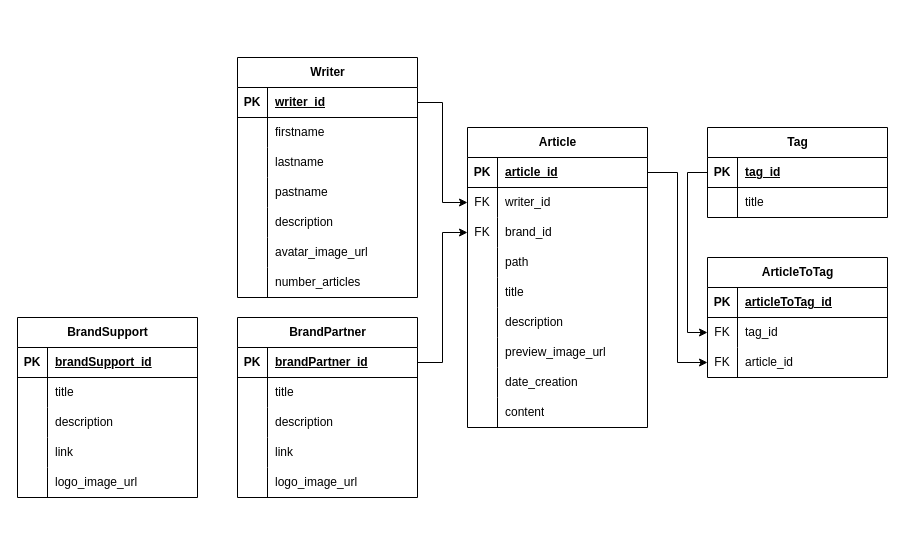
Before: docs/sheme/sheme.drawio in dmakger/svk-django-api, a draw.io diagram. Source tidied: cells renumbered, new cells numbered last; positions are measured from the earlier drawing's top-left corner, leaving out a move shared by most shapes. Both pictures are drawn from the tidied source at 100%, with x=0, y=0 at pixel (17, 57).
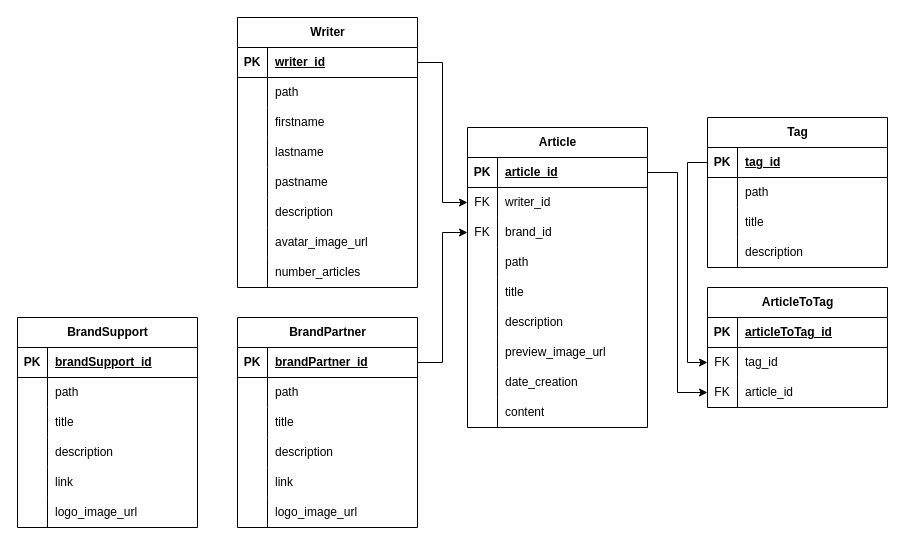
The same page after the edit.

What changed in the source:
```diff
@@
     <mxCell id="2" value="BrandSupport&lt;br&gt;" style="shape=table;startSize=30;childLayout=tableLayout;rowLines=0;fontStyle=1;align=center;html=1;" parent="1" vertex="1">
-      <mxGeometry y="260" width="180" height="180" as="geometry" />
+      <mxGeometry y="260" width="180" height="210" as="geometry" />
     </mxCell>
@@
+    <mxCell id="105" style="shape=tableRow;horizontal=0;startSize=0;swimlaneHead=0;swimlaneBody=0;fillColor=none;top=0;left=0;right=0;bottom=0;" parent="2" vertex="1">
+      <mxGeometry y="60" width="180" height="30" as="geometry" />
+    </mxCell>
+    <mxCell id="106" style="shape=partialRectangle;fillColor=none;top=0;left=0;bottom=0;right=0;overflow=hidden;whiteSpace=wrap;html=1;" parent="105" vertex="1">
+      <mxGeometry width="30" height="30" as="geometry" />
+    </mxCell>
+    <mxCell id="107" value="path" style="shape=partialRectangle;fillColor=none;top=0;left=0;bottom=0;right=0;align=left;spacingLeft=6;overflow=hidden;whiteSpace=wrap;html=1;" parent="105" vertex="1">
+      <mxGeometry x="30" width="150" height="30" as="geometry" />
+    </mxCell>
     <mxCell id="6" style="shape=tableRow;horizontal=0;startSize=0;swimlaneHead=0;swimlaneBody=0;fillColor=none;top=0;left=0;right=0;bottom=0;" parent="2" vertex="1">
-      <mxGeometry y="60" width="180" height="30" as="geometry" />
+      <mxGeometry y="90" width="180" height="30" as="geometry" />
     </mxCell>
@@
     <mxCell id="9" style="shape=tableRow;horizontal=0;startSize=0;swimlaneHead=0;swimlaneBody=0;fillColor=none;top=0;left=0;right=0;bottom=0;" parent="2" vertex="1">
-      <mxGeometry y="90" width="180" height="30" as="geometry" />
+      <mxGeometry y="120" width="180" height="30" as="geometry" />
     </mxCell>
@@
     <mxCell id="12" style="shape=tableRow;horizontal=0;startSize=0;swimlaneHead=0;swimlaneBody=0;fillColor=none;top=0;left=0;right=0;bottom=0;" parent="2" vertex="1">
-      <mxGeometry y="120" width="180" height="30" as="geometry" />
+      <mxGeometry y="150" width="180" height="30" as="geometry" />
     </mxCell>
@@
     <mxCell id="15" style="shape=tableRow;horizontal=0;startSize=0;swimlaneHead=0;swimlaneBody=0;fillColor=none;top=0;left=0;right=0;bottom=0;" parent="2" vertex="1">
-      <mxGeometry y="150" width="180" height="30" as="geometry" />
+      <mxGeometry y="180" width="180" height="30" as="geometry" />
     </mxCell>
@@
     <mxCell id="18" value="BrandPartner" style="shape=table;startSize=30;childLayout=tableLayout;rowLines=0;fontStyle=1;align=center;html=1;" parent="1" vertex="1">
-      <mxGeometry x="220" y="260" width="180" height="180" as="geometry" />
+      <mxGeometry x="220" y="260" width="180" height="210" as="geometry" />
     </mxCell>
@@
+    <mxCell id="108" style="shape=tableRow;horizontal=0;startSize=0;swimlaneHead=0;swimlaneBody=0;fillColor=none;top=0;left=0;right=0;bottom=0;" parent="18" vertex="1">
+      <mxGeometry y="60" width="180" height="30" as="geometry" />
+    </mxCell>
+    <mxCell id="109" style="shape=partialRectangle;fillColor=none;top=0;left=0;bottom=0;right=0;overflow=hidden;whiteSpace=wrap;html=1;" parent="108" vertex="1">
+      <mxGeometry width="30" height="30" as="geometry" />
+    </mxCell>
+    <mxCell id="110" value="path" style="shape=partialRectangle;fillColor=none;top=0;left=0;bottom=0;right=0;align=left;spacingLeft=6;overflow=hidden;whiteSpace=wrap;html=1;" parent="108" vertex="1">
+      <mxGeometry x="30" width="150" height="30" as="geometry" />
+    </mxCell>
     <mxCell id="22" style="shape=tableRow;horizontal=0;startSize=0;swimlaneHead=0;swimlaneBody=0;fillColor=none;top=0;left=0;right=0;bottom=0;" parent="18" vertex="1">
-      <mxGeometry y="60" width="180" height="30" as="geometry" />
+      <mxGeometry y="90" width="180" height="30" as="geometry" />
     </mxCell>
@@
     <mxCell id="25" style="shape=tableRow;horizontal=0;startSize=0;swimlaneHead=0;swimlaneBody=0;fillColor=none;top=0;left=0;right=0;bottom=0;" parent="18" vertex="1">
-      <mxGeometry y="90" width="180" height="30" as="geometry" />
+      <mxGeometry y="120" width="180" height="30" as="geometry" />
     </mxCell>
@@
     <mxCell id="28" style="shape=tableRow;horizontal=0;startSize=0;swimlaneHead=0;swimlaneBody=0;fillColor=none;top=0;left=0;right=0;bottom=0;" parent="18" vertex="1">
-      <mxGeometry y="120" width="180" height="30" as="geometry" />
+      <mxGeometry y="150" width="180" height="30" as="geometry" />
     </mxCell>
@@
     <mxCell id="31" style="shape=tableRow;horizontal=0;startSize=0;swimlaneHead=0;swimlaneBody=0;fillColor=none;top=0;left=0;right=0;bottom=0;" parent="18" vertex="1">
-      <mxGeometry y="150" width="180" height="30" as="geometry" />
+      <mxGeometry y="180" width="180" height="30" as="geometry" />
     </mxCell>
@@
     <mxCell id="62" value="Writer" style="shape=table;startSize=30;childLayout=tableLayout;rowLines=0;fontStyle=1;align=center;html=1;" parent="1" vertex="1">
-      <mxGeometry x="220" width="180" height="240" as="geometry" />
+      <mxGeometry x="220" y="-40" width="180" height="270" as="geometry" />
     </mxCell>
@@
+    <mxCell id="111" style="shape=tableRow;horizontal=0;startSize=0;swimlaneHead=0;swimlaneBody=0;fillColor=none;top=0;left=0;right=0;bottom=0;" parent="62" vertex="1">
+      <mxGeometry y="60" width="180" height="30" as="geometry" />
+    </mxCell>
+    <mxCell id="112" style="shape=partialRectangle;fillColor=none;top=0;left=0;bottom=0;right=0;overflow=hidden;whiteSpace=wrap;html=1;" parent="111" vertex="1">
+      <mxGeometry width="30" height="30" as="geometry" />
+    </mxCell>
+    <mxCell id="113" value="path" style="shape=partialRectangle;fillColor=none;top=0;left=0;bottom=0;right=0;align=left;spacingLeft=6;overflow=hidden;whiteSpace=wrap;html=1;" parent="111" vertex="1">
+      <mxGeometry x="30" width="150" height="30" as="geometry" />
+    </mxCell>
     <mxCell id="66" style="shape=tableRow;horizontal=0;startSize=0;swimlaneHead=0;swimlaneBody=0;fillColor=none;top=0;left=0;right=0;bottom=0;" parent="62" vertex="1">
-      <mxGeometry y="60" width="180" height="30" as="geometry" />
+      <mxGeometry y="90" width="180" height="30" as="geometry" />
     </mxCell>
@@
     <mxCell id="69" style="shape=tableRow;horizontal=0;startSize=0;swimlaneHead=0;swimlaneBody=0;fillColor=none;top=0;left=0;right=0;bottom=0;" parent="62" vertex="1">
-      <mxGeometry y="90" width="180" height="30" as="geometry" />
+      <mxGeometry y="120" width="180" height="30" as="geometry" />
     </mxCell>
@@
     <mxCell id="72" style="shape=tableRow;horizontal=0;startSize=0;swimlaneHead=0;swimlaneBody=0;fillColor=none;top=0;left=0;right=0;bottom=0;" parent="62" vertex="1">
-      <mxGeometry y="120" width="180" height="30" as="geometry" />
+      <mxGeometry y="150" width="180" height="30" as="geometry" />
     </mxCell>
@@
     <mxCell id="75" style="shape=tableRow;horizontal=0;startSize=0;swimlaneHead=0;swimlaneBody=0;fillColor=none;top=0;left=0;right=0;bottom=0;" parent="62" vertex="1">
-      <mxGeometry y="150" width="180" height="30" as="geometry" />
+      <mxGeometry y="180" width="180" height="30" as="geometry" />
     </mxCell>
@@
     <mxCell id="78" style="shape=tableRow;horizontal=0;startSize=0;swimlaneHead=0;swimlaneBody=0;fillColor=none;top=0;left=0;right=0;bottom=0;" parent="62" vertex="1">
-      <mxGeometry y="180" width="180" height="30" as="geometry" />
+      <mxGeometry y="210" width="180" height="30" as="geometry" />
     </mxCell>
@@
     <mxCell id="81" style="shape=tableRow;horizontal=0;startSize=0;swimlaneHead=0;swimlaneBody=0;fillColor=none;top=0;left=0;right=0;bottom=0;" parent="62" vertex="1">
-      <mxGeometry y="210" width="180" height="30" as="geometry" />
+      <mxGeometry y="240" width="180" height="30" as="geometry" />
     </mxCell>
@@
     <mxCell id="86" value="Tag" style="shape=table;startSize=30;childLayout=tableLayout;rowLines=0;fontStyle=1;align=center;html=1;" parent="1" vertex="1">
-      <mxGeometry x="690" y="70" width="180" height="90" as="geometry" />
+      <mxGeometry x="690" y="60" width="180" height="150" as="geometry" />
     </mxCell>
@@
+    <mxCell id="114" style="shape=tableRow;horizontal=0;startSize=0;swimlaneHead=0;swimlaneBody=0;fillColor=none;top=0;left=0;right=0;bottom=0;" parent="86" vertex="1">
+      <mxGeometry y="60" width="180" height="30" as="geometry" />
+    </mxCell>
+    <mxCell id="115" style="shape=partialRectangle;fillColor=none;top=0;left=0;bottom=0;right=0;overflow=hidden;whiteSpace=wrap;html=1;" parent="114" vertex="1">
+      <mxGeometry width="30" height="30" as="geometry" />
+    </mxCell>
+    <mxCell id="116" value="path" style="shape=partialRectangle;fillColor=none;top=0;left=0;bottom=0;right=0;align=left;spacingLeft=6;overflow=hidden;whiteSpace=wrap;html=1;" parent="114" vertex="1">
+      <mxGeometry x="30" width="150" height="30" as="geometry" />
+    </mxCell>
     <mxCell id="90" style="shape=tableRow;horizontal=0;startSize=0;swimlaneHead=0;swimlaneBody=0;fillColor=none;top=0;left=0;right=0;bottom=0;" parent="86" vertex="1">
-      <mxGeometry y="60" width="180" height="30" as="geometry" />
+      <mxGeometry y="90" width="180" height="30" as="geometry" />
     </mxCell>
@@
+    <mxCell id="117" style="shape=tableRow;horizontal=0;startSize=0;swimlaneHead=0;swimlaneBody=0;fillColor=none;top=0;left=0;right=0;bottom=0;" parent="86" vertex="1">
+      <mxGeometry y="120" width="180" height="30" as="geometry" />
+    </mxCell>
+    <mxCell id="118" style="shape=partialRectangle;fillColor=none;top=0;left=0;bottom=0;right=0;overflow=hidden;whiteSpace=wrap;html=1;" parent="117" vertex="1">
+      <mxGeometry width="30" height="30" as="geometry" />
+    </mxCell>
+    <mxCell id="119" value="description" style="shape=partialRectangle;fillColor=none;top=0;left=0;bottom=0;right=0;align=left;spacingLeft=6;overflow=hidden;whiteSpace=wrap;html=1;" parent="117" vertex="1">
+      <mxGeometry x="30" width="150" height="30" as="geometry" />
+    </mxCell>
     <mxCell id="93" value="ArticleToTag" style="shape=table;startSize=30;childLayout=tableLayout;rowLines=0;fontStyle=1;align=center;html=1;" parent="1" vertex="1">
-      <mxGeometry x="690" y="200" width="180" height="120" as="geometry" />
+      <mxGeometry x="690" y="230" width="180" height="120" as="geometry" />
     </mxCell>
```
